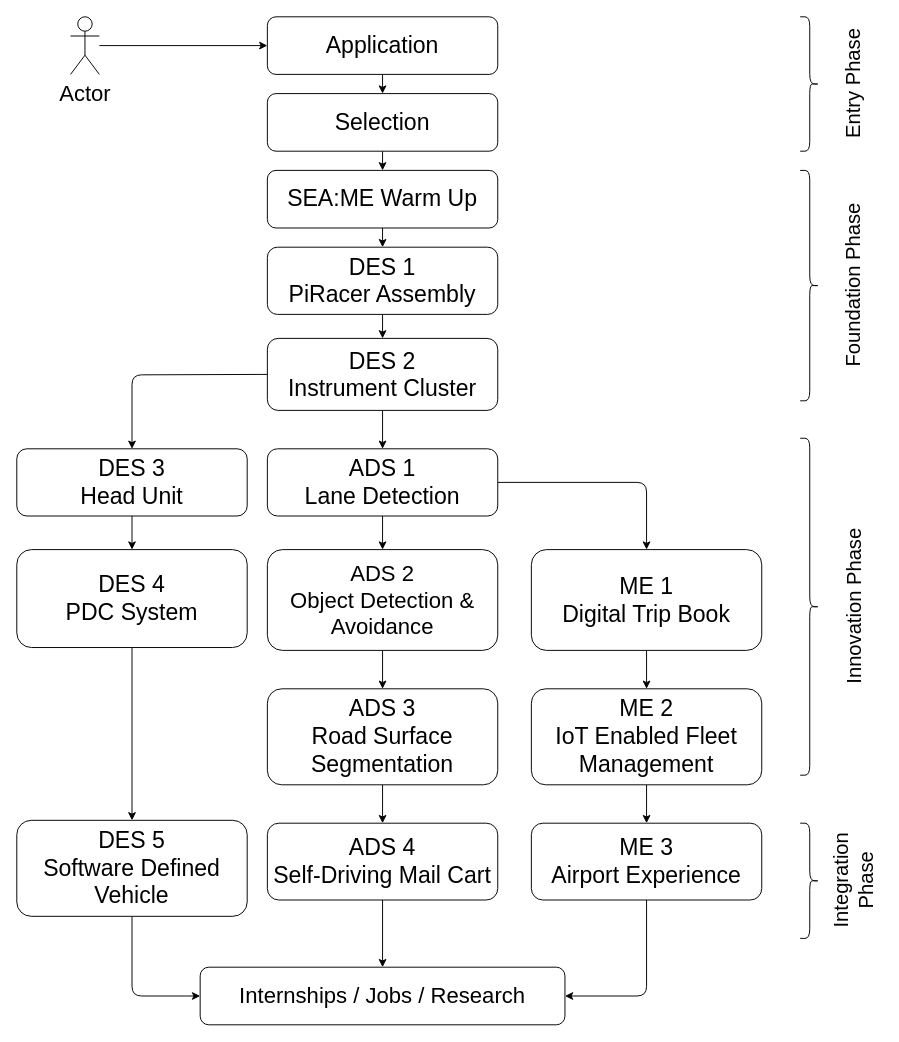
Above: draw/roadmap.drawio in SEA-ME/SEA-ME-Study-Roadmap (draw.io), before the change. Source tidied: cells renumbered, new cells numbered last; positions are measured from the earlier drawing's top-left corner, leaving out a move shared by most shapes. Both pictures are drawn from the tidied source at 96%, with x=0, y=0 at pixel (16, 16).
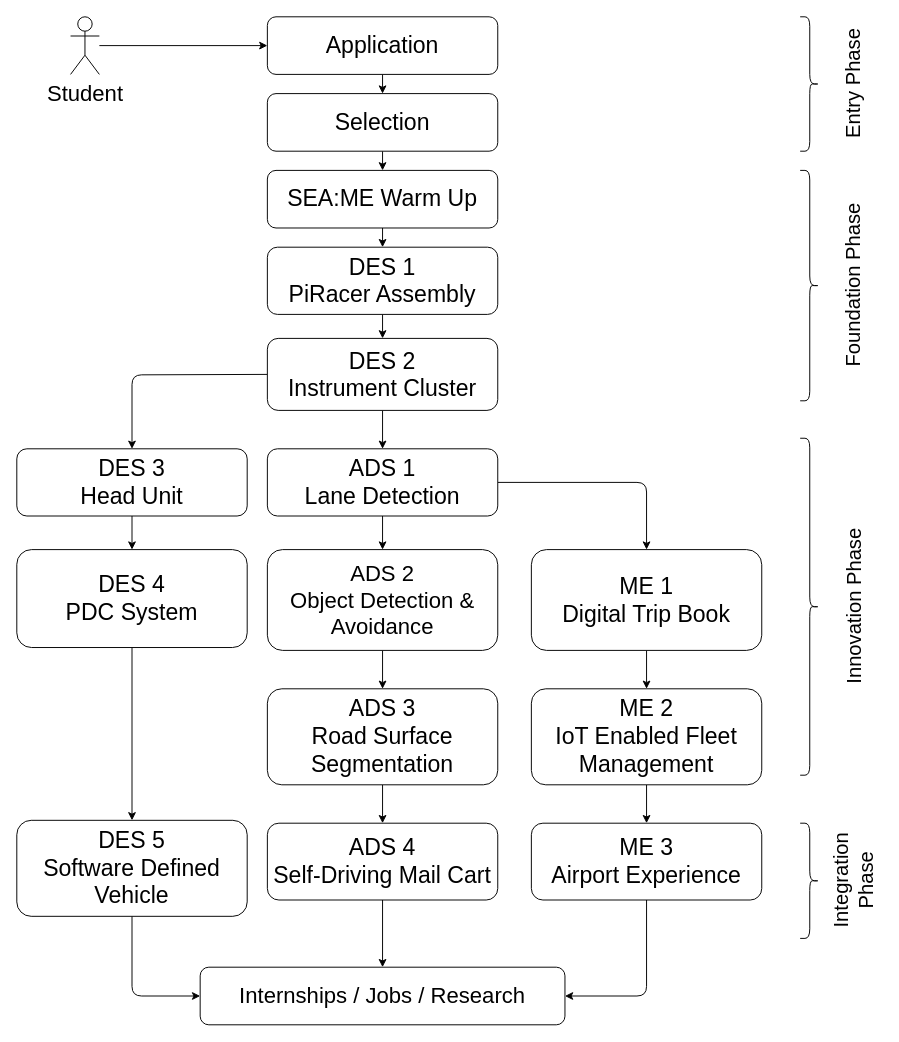
Above is the later version.

What changed in the source:
```diff
@@
-    <mxCell id="36" value="Actor" style="shape=umlActor;verticalLabelPosition=bottom;verticalAlign=top;html=1;outlineConnect=0;fontSize=23;" parent="1" vertex="1">
+    <mxCell id="36" value="Student" style="shape=umlActor;verticalLabelPosition=bottom;verticalAlign=top;html=1;outlineConnect=0;fontSize=23;" parent="1" vertex="1">
       <mxGeometry x="56" width="30" height="60" as="geometry" />
     </mxCell>
```
